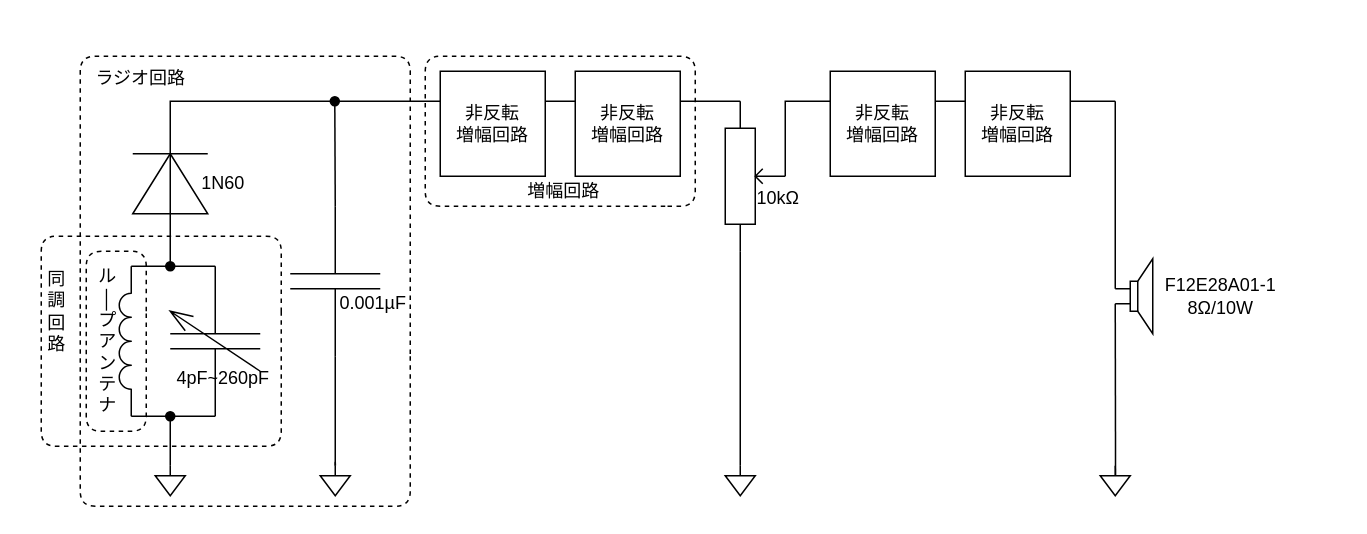
This is page "all2" (4 of 5) of python/fig.drawio from m20079/AM-radio, a draw.io file, before an edit. Source tidied: cells renumbered, new cells numbered last; positions are measured from the earlier drawing's top-left corner, leaving out a move shared by most shapes. Both pictures are drawn from the tidied source at 150%, with x=0, y=0 at pixel (26, 56).
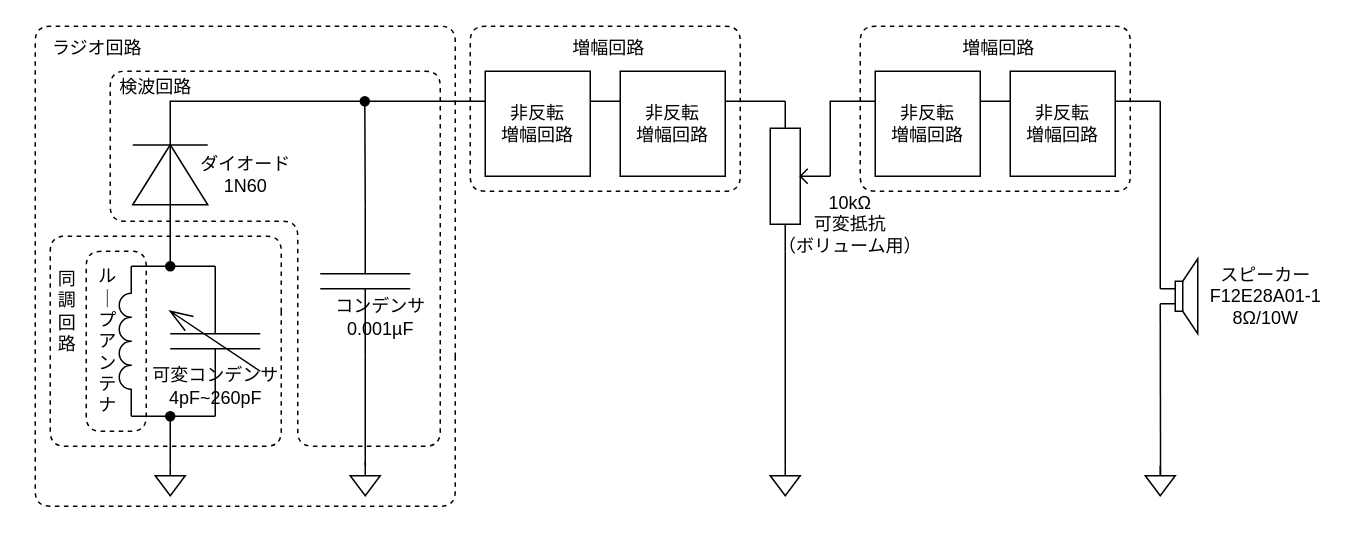
After the change.

What changed in the source:
```diff
@@
     <mxCell id="2" style="triangle;whiteSpace=wrap;html=1;rotation=-90;" parent="1" vertex="1">
-      <mxGeometry x="76" y="60" width="40" height="50" as="geometry" />
+      <mxGeometry x="76" y="54" width="40" height="50" as="geometry" />
     </mxCell>
@@
     <mxCell id="8" style="endArrow=none;html=1;rounded=0;" parent="1" edge="1">
       <mxGeometry relative="1" as="geometry">
-        <mxPoint x="71" y="65" as="sourcePoint" />
-        <mxPoint x="121" y="65" as="targetPoint" />
+        <mxPoint x="71" y="59.2" as="sourcePoint" />
+        <mxPoint x="121" y="59.2" as="targetPoint" />
       </mxGeometry>
     </mxCell>
     <mxCell id="9" style="edgeStyle=none;rounded=0;html=1;exitX=0;exitY=0.5;exitDx=0;exitDy=0;exitPerimeter=0;startArrow=none;startFill=0;endArrow=oval;endFill=1;" parent="1" edge="1" source="11">
       <mxGeometry relative="1" as="geometry">
-        <mxPoint x="205.7" y="30" as="targetPoint" />
+        <mxPoint x="225.7" y="30" as="targetPoint" />
       </mxGeometry>
     </mxCell>
@@
     <mxCell id="11" style="verticalLabelPosition=bottom;shadow=0;dashed=0;align=center;html=1;verticalAlign=top;shape=mxgraph.electrical.capacitors.capacitor_1;rotation=90;" parent="1" vertex="1">
-      <mxGeometry x="156" y="120" width="100" height="60" as="geometry" />
+      <mxGeometry x="176" y="120" width="100" height="60" as="geometry" />
     </mxCell>
-    <mxCell id="12" value="0.001µF" style="text;html=1;align=center;verticalAlign=middle;strokeColor=none;fillColor=none;" parent="1" vertex="1">
-      <mxGeometry x="196" y="150" width="70" height="30" as="geometry" />
+    <mxCell id="12" value="コンデンサ&lt;br&gt;0.001µF" style="text;html=1;align=center;verticalAlign=middle;strokeColor=none;fillColor=none;" parent="1" vertex="1">
+      <mxGeometry x="196" y="154" width="80" height="40" as="geometry" />
     </mxCell>
-    <mxCell id="13" value="4pF~260pF" style="text;html=1;align=center;verticalAlign=middle;strokeColor=none;fillColor=none;" parent="1" vertex="1">
-      <mxGeometry x="86" y="200" width="90" height="30" as="geometry" />
+    <mxCell id="13" value="可変コンデンサ&lt;br&gt;4pF~260pF" style="text;html=1;align=center;verticalAlign=middle;strokeColor=none;fillColor=none;" parent="1" vertex="1">
+      <mxGeometry x="71" y="200" width="110" height="40" as="geometry" />
     </mxCell>
@@
     <mxCell id="16" style="edgeStyle=none;html=1;exitX=0.5;exitY=0;exitDx=0;exitDy=0;exitPerimeter=0;endArrow=none;endFill=0;" parent="1" edge="1" source="17">
       <mxGeometry relative="1" as="geometry">
-        <mxPoint x="206.1" y="272.9" as="targetPoint" />
+        <mxPoint x="226.1" y="272.9" as="targetPoint" />
         <Array as="points">
-          <mxPoint x="206" y="270" />
+          <mxPoint x="226" y="270" />
         </Array>
       </mxGeometry>
     </mxCell>
     <mxCell id="17" style="verticalLabelPosition=bottom;shadow=0;dashed=0;align=center;html=1;verticalAlign=top;shape=mxgraph.electrical.signal_sources.signal_ground;" parent="1" vertex="1">
-      <mxGeometry x="196" y="273" width="20" height="20" as="geometry" />
+      <mxGeometry x="216" y="273" width="20" height="20" as="geometry" />
     </mxCell>
-    <mxCell id="18" value="1N60" style="text;html=1;align=center;verticalAlign=middle;strokeColor=none;fillColor=none;" parent="1" vertex="1">
-      <mxGeometry x="106" y="70" width="50" height="30" as="geometry" />
+    <mxCell id="18" value="ダイオード&lt;br&gt;1N60" style="text;html=1;align=center;verticalAlign=middle;strokeColor=none;fillColor=none;" parent="1" vertex="1">
+      <mxGeometry x="106" y="59" width="80" height="40" as="geometry" />
     </mxCell>
     <mxCell id="19" value="非反転&lt;br&gt;増幅回路" style="rounded=0;whiteSpace=wrap;html=1;" parent="1" vertex="1">
-      <mxGeometry x="276" y="10" width="70" height="70" as="geometry" />
+      <mxGeometry x="306" y="10" width="70" height="70" as="geometry" />
     </mxCell>
     <mxCell id="20" value="非反転&lt;br&gt;増幅回路" style="rounded=0;whiteSpace=wrap;html=1;" parent="1" vertex="1">
-      <mxGeometry x="366" y="10" width="70" height="70" as="geometry" />
+      <mxGeometry x="396" y="10" width="70" height="70" as="geometry" />
     </mxCell>
     <mxCell id="21" style="edgeStyle=none;rounded=0;html=1;startArrow=none;startFill=0;endArrow=none;endFill=0;entryX=0;entryY=0.4;entryDx=0;entryDy=0;entryPerimeter=0;" parent="1" edge="1" target="23">
       <mxGeometry relative="1" as="geometry">
-        <mxPoint x="726" y="30" as="sourcePoint" />
+        <mxPoint x="756" y="30" as="sourcePoint" />
       </mxGeometry>
     </mxCell>
     <mxCell id="22" style="edgeStyle=none;html=1;exitX=0;exitY=0.6;exitDx=0;exitDy=0;exitPerimeter=0;endArrow=none;endFill=0;" parent="1" edge="1" source="23">
       <mxGeometry relative="1" as="geometry">
-        <mxPoint x="726.2" y="280" as="targetPoint" />
+        <mxPoint x="756.2" y="280" as="targetPoint" />
       </mxGeometry>
     </mxCell>
     <mxCell id="23" style="verticalLabelPosition=bottom;shadow=0;dashed=0;align=center;html=1;verticalAlign=top;shape=mxgraph.electrical.electro-mechanical.loudspeaker;" parent="1" vertex="1">
-      <mxGeometry x="726" y="135" width="25" height="50" as="geometry" />
+      <mxGeometry x="756" y="135" width="25" height="50" as="geometry" />
     </mxCell>
     <mxCell id="24" style="verticalLabelPosition=bottom;shadow=0;dashed=0;align=center;html=1;verticalAlign=top;shape=mxgraph.electrical.signal_sources.signal_ground;" parent="1" vertex="1">
-      <mxGeometry x="716" y="273" width="20" height="20" as="geometry" />
+      <mxGeometry x="746" y="273" width="20" height="20" as="geometry" />
     </mxCell>
-    <mxCell id="25" value="F12E28A01-1&lt;br&gt;8Ω/10W" style="text;html=1;align=center;verticalAlign=middle;strokeColor=none;fillColor=none;" parent="1" vertex="1">
-      <mxGeometry x="746" y="140" width="100" height="40" as="geometry" />
+    <mxCell id="25" value="スピーカー&lt;br&gt;F12E28A01-1&lt;br&gt;8Ω/10W" style="text;html=1;align=center;verticalAlign=middle;strokeColor=none;fillColor=none;" parent="1" vertex="1">
+      <mxGeometry x="776" y="130" width="100" height="60" as="geometry" />
     </mxCell>
     <mxCell id="26" style="endArrow=none;dashed=1;html=1;" parent="1" edge="1">
       <mxGeometry relative="1" as="geometry">
-        <mxPoint x="256" y="200" as="sourcePoint" />
-        <mxPoint x="256" y="200" as="targetPoint" />
+        <mxPoint x="286" y="200" as="sourcePoint" />
+        <mxPoint x="286" y="200" as="targetPoint" />
         <Array as="points">
-          <mxPoint x="256" y="300" />
+          <mxPoint x="286" y="250" />
+          <mxPoint x="286" y="300" />
           <mxPoint x="166" y="300" />
-          <mxPoint x="36" y="300" />
-          <mxPoint x="36" y="110" />
-          <mxPoint x="36" />
-          <mxPoint x="256" />
-          <mxPoint x="256" y="130" />
+          <mxPoint x="6" y="300" />
+          <mxPoint x="6" y="-20" />
+          <mxPoint x="286" y="-20" />
+          <mxPoint x="286" y="140" />
         </Array>
       </mxGeometry>
     </mxCell>
     <mxCell id="27" value="ラジオ回路" style="text;html=1;align=center;verticalAlign=middle;strokeColor=none;fillColor=none;" parent="1" vertex="1">
-      <mxGeometry x="36" width="80" height="30" as="geometry" />
+      <mxGeometry x="7" y="-20" width="80" height="30" as="geometry" />
     </mxCell>
     <mxCell id="28" style="endArrow=none;dashed=1;html=1;" parent="1" edge="1">
       <mxGeometry relative="1" as="geometry">
-        <mxPoint x="426" y="100" as="sourcePoint" />
-        <mxPoint x="426" y="100" as="targetPoint" />
+        <mxPoint x="456" y="90" as="sourcePoint" />
+        <mxPoint x="456" y="90" as="targetPoint" />
         <Array as="points">
-          <mxPoint x="406" y="100" />
-          <mxPoint x="266" y="100" />
-          <mxPoint x="266" />
-          <mxPoint x="446" />
-          <mxPoint x="446" y="100" />
+          <mxPoint x="436" y="90" />
+          <mxPoint x="296" y="90" />
+          <mxPoint x="296" y="-20" />
+          <mxPoint x="476" y="-20" />
+          <mxPoint x="476" y="90" />
         </Array>
       </mxGeometry>
     </mxCell>
     <mxCell id="29" value="増幅回路" style="text;html=1;align=center;verticalAlign=middle;strokeColor=none;fillColor=none;" parent="1" vertex="1">
-      <mxGeometry x="323" y="75" width="70" height="30" as="geometry" />
+      <mxGeometry x="353" y="-20" width="70" height="30" as="geometry" />
     </mxCell>
-    <mxCell id="30" value="ル&lt;br&gt;│&lt;br&gt;プ&lt;br&gt;ア&lt;br&gt;ン&lt;br&gt;テ&lt;br&gt;ナ" style="text;html=1;align=center;verticalAlign=middle;strokeColor=none;fillColor=none;" parent="1" vertex="1">
+    <mxCell id="30" value="ル&lt;br&gt;｜&lt;br&gt;プ&lt;br&gt;ア&lt;br&gt;ン&lt;br&gt;テ&lt;br&gt;ナ" style="text;html=1;align=center;verticalAlign=middle;strokeColor=none;fillColor=none;" parent="1" vertex="1">
       <mxGeometry x="34" y="135" width="40" height="110" as="geometry" />
     </mxCell>
@@
     <mxCell id="32" style="endArrow=none;dashed=1;html=1;" parent="1" edge="1">
       <mxGeometry relative="1" as="geometry">
         <mxPoint x="170" y="170" as="sourcePoint" />
         <mxPoint x="170" y="170" as="targetPoint" />
         <Array as="points">
           <mxPoint x="170" y="260" />
-          <mxPoint x="10" y="260" />
-          <mxPoint x="10" y="120" />
+          <mxPoint x="16" y="260" />
+          <mxPoint x="16" y="120" />
           <mxPoint x="170" y="120" />
         </Array>
       </mxGeometry>
     </mxCell>
     <mxCell id="33" value="同&lt;br&gt;調&lt;br&gt;回&lt;br&gt;路" style="text;html=1;align=center;verticalAlign=middle;strokeColor=none;fillColor=none;" parent="1" vertex="1">
-      <mxGeometry y="135" width="40" height="70" as="geometry" />
+      <mxGeometry x="7" y="135" width="40" height="70" as="geometry" />
     </mxCell>
@@
     <mxCell id="35" style="verticalLabelPosition=bottom;shadow=0;dashed=0;align=center;html=1;verticalAlign=top;shape=mxgraph.electrical.resistors.potentiometer_1;rotation=-90;" parent="1" vertex="1">
-      <mxGeometry x="436" y="60" width="100" height="40" as="geometry" />
+      <mxGeometry x="466" y="60" width="100" height="40" as="geometry" />
     </mxCell>
     <mxCell id="36" style="verticalLabelPosition=bottom;shadow=0;dashed=0;align=center;html=1;verticalAlign=top;shape=mxgraph.electrical.signal_sources.signal_ground;" parent="1" vertex="1">
-      <mxGeometry x="466" y="273" width="20" height="20" as="geometry" />
+      <mxGeometry x="496" y="273" width="20" height="20" as="geometry" />
     </mxCell>
     <mxCell id="37" style="endArrow=none;html=1;rounded=0;" parent="1" edge="1">
       <mxGeometry relative="1" as="geometry">
-        <mxPoint x="506" y="80" as="sourcePoint" />
-        <mxPoint x="726" y="30" as="targetPoint" />
+        <mxPoint x="536" y="80" as="sourcePoint" />
+        <mxPoint x="756" y="30" as="targetPoint" />
         <Array as="points">
-          <mxPoint x="506" y="30" />
+          <mxPoint x="536" y="30" />
         </Array>
       </mxGeometry>
     </mxCell>
     <mxCell id="38" value="非反転&lt;br&gt;増幅回路" style="rounded=0;whiteSpace=wrap;html=1;" parent="1" vertex="1">
-      <mxGeometry x="536" y="10" width="70" height="70" as="geometry" />
+      <mxGeometry x="566" y="10" width="70" height="70" as="geometry" />
     </mxCell>
     <mxCell id="39" value="非反転&lt;br&gt;増幅回路" style="rounded=0;whiteSpace=wrap;html=1;" parent="1" vertex="1">
-      <mxGeometry x="626" y="10" width="70" height="70" as="geometry" />
+      <mxGeometry x="656" y="10" width="70" height="70" as="geometry" />
     </mxCell>
-    <mxCell id="40" value="10kΩ" style="text;html=1;align=center;verticalAlign=middle;strokeColor=none;fillColor=none;" parent="1" vertex="1">
-      <mxGeometry x="476" y="80" width="50" height="30" as="geometry" />
-    </mxCell>
+    <mxCell id="41" value="10kΩ&lt;br&gt;可変抵抗&lt;br&gt;（ボリューム用）" style="text;html=1;align=center;verticalAlign=middle;strokeColor=none;fillColor=none;" parent="1" vertex="1">
+      <mxGeometry x="489" y="82" width="120" height="60" as="geometry" />
+    </mxCell>
+    <mxCell id="42" style="endArrow=none;dashed=1;html=1;" parent="1" edge="1">
+      <mxGeometry relative="1" as="geometry">
+        <mxPoint x="276" y="200" as="sourcePoint" />
+        <mxPoint x="276" y="200" as="targetPoint" />
+        <Array as="points">
+          <mxPoint x="276" y="260" />
+          <mxPoint x="181" y="260" />
+          <mxPoint x="181" y="110" />
+          <mxPoint x="56" y="110" />
+          <mxPoint x="56" y="10" />
+          <mxPoint x="276" y="10" />
+          <mxPoint x="276" y="130" />
+        </Array>
+      </mxGeometry>
+    </mxCell>
+    <mxCell id="43" value="検波回路" style="text;html=1;align=center;verticalAlign=middle;strokeColor=none;fillColor=none;" parent="1" vertex="1">
+      <mxGeometry x="51" y="6" width="70" height="30" as="geometry" />
+    </mxCell>
+    <mxCell id="44" style="endArrow=none;dashed=1;html=1;" parent="1" edge="1">
+      <mxGeometry relative="1" as="geometry">
+        <mxPoint x="716" y="90" as="sourcePoint" />
+        <mxPoint x="716" y="90" as="targetPoint" />
+        <Array as="points">
+          <mxPoint x="696" y="90" />
+          <mxPoint x="556" y="90" />
+          <mxPoint x="556" y="-20" />
+          <mxPoint x="736" y="-20" />
+          <mxPoint x="736" y="90" />
+        </Array>
+      </mxGeometry>
+    </mxCell>
+    <mxCell id="45" value="増幅回路" style="text;html=1;align=center;verticalAlign=middle;strokeColor=none;fillColor=none;" parent="1" vertex="1">
+      <mxGeometry x="613" y="-20" width="70" height="30" as="geometry" />
+    </mxCell>
```
